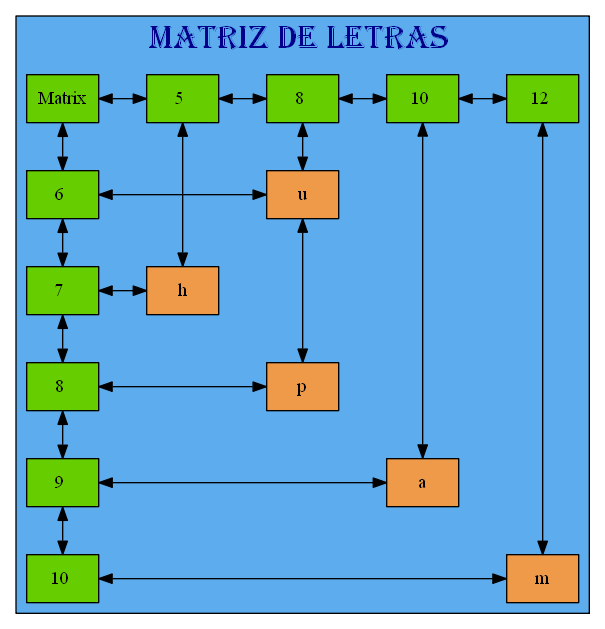
This is Graficas/Table_Juego.dot.png from mariotun/EDD_1S2020_PY1_201602942, a Graphviz export, as it was before one commit. Its source is kept beside it as Graficas/Table_Juego.dot.
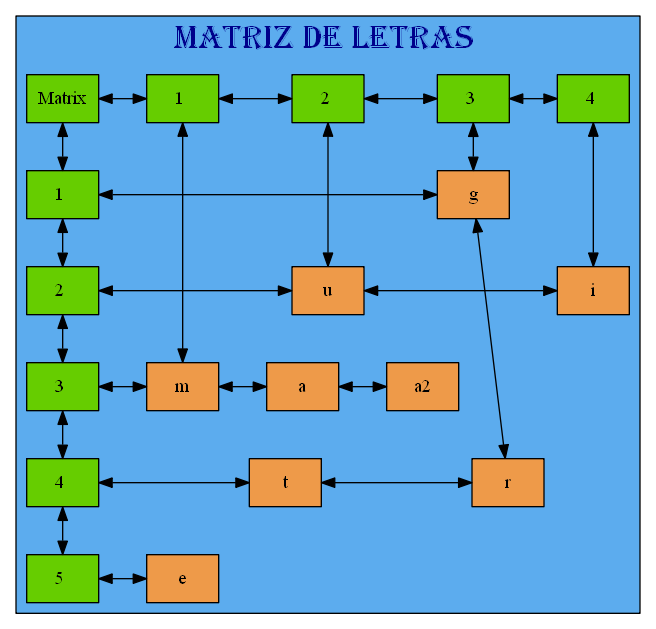
Later version of the same file.

What changed in the source:
```diff
@@ -14,48 +14,52 @@
 node [shape=box fillcolor=chartreuse3];
 mt[label= "Matrix" style=radial group=0]
 {rank=same;
-25770476496[label= "5 " style=radial,group=5]
-25770476256[label= "8 " style=radial,group=8]
-25770475952[label= "10 " style=radial,group=10]
-0[label= "12 " style=radial,group=12]
-mt->25770476496->25770476256->25770475952->0[dir=both];};
+25770344640[label= "1 " style=radial,group=1]
+25770344816[label= "2 " style=radial,group=2]
+25770345056[label= "3 " style=radial,group=3]
+0[label= "4 " style=radial,group=4]
+mt->25770344640->25770344816->25770345056->0[dir=both];};
 
-25770475832[label= "6 " style=radial,group=0]
-25770476680[label= "7 " style=radial,group=0]
-25770476376[label= "8 " style=radial,group=0]
-25770476152[label= "9 " style=radial,group=0]
-56[label= "10 " style=radial,group=0]
-mt->25770475832->25770476680->25770476376->25770476152->56[dir=both];
+25770345176[label= "1 " style=radial,group=0]
+25770344520[label= "2 " style=radial,group=0]
+25770344936[label= "3 " style=radial,group=0]
+25770346040[label= "4 " style=radial,group=0]
+56[label= "5 " style=radial,group=0]
+mt->25770345176->25770344520->25770344936->25770346040->56[dir=both];
 
 node[shape=box height=0.5 style=filled fontcolor=black fillcolor= tan2]
-25770475840[label="h" style=radial,group=5];
+25770344528[label="m" style=radial,group=1];
 node[shape=box height=0.5 style=filled fontcolor=black fillcolor= tan2]
-25770477808[label="u" style=radial,group=8];
+25770345648[label="u" style=radial,group=2];
 node[shape=box height=0.5 style=filled fontcolor=black fillcolor= tan2]
-25770476768[label="p" style=radial,group=8];
+25770345536[label="g" style=radial,group=3];
 node[shape=box height=0.5 style=filled fontcolor=black fillcolor= tan2]
-25770476384[label="a" style=radial,group=10];
+25770344944[label="r" style=radial,group=3];
 node[shape=box height=0.5 style=filled fontcolor=black fillcolor= tan2]
-25770476960[label="m" style=radial,group=12];
+25770345184[label="i" style=radial,group=4];
 
 
-25770476496->25770475840[dir=both]
-25770476256->25770477808->25770476768[dir=both]
-25770475952->25770476384[dir=both]
-0->25770476960[dir=both]
+25770344640->25770344528[dir=both]
+25770344816->25770345648[dir=both]
+25770345056->25770345536->25770344944[dir=both]
+0->25770345184[dir=both]
 
-25770477808[label="u"];
-25770475840[label="h"];
-25770476768[label="p"];
-25770476384[label="a"];
-25770476960[label="m"];
+25770345536[label="g"];
+25770345648[label="u"];
+25770345184[label="i"];
+25770344528[label="m"];
+25770344704[label="a"];
+25770345760[label="a2"];
+25770345872[label="t"];
+25770344944[label="r"];
+25770346048[label="e"];
 
 
-{rank=same;25770475832->25770477808[dir=both] }
-{rank=same;25770476680->25770475840[dir=both] }
-{rank=same;25770476376->25770476768[dir=both] }
-{rank=same;25770476152->25770476384[dir=both] }
-{rank=same;56->25770476960[dir=both] }
+{rank=same;25770345176->25770345536[dir=both] }
+{rank=same;25770344520->25770345648->25770345184[dir=both] }
+{rank=same;25770344936->25770344528->25770344704->25770345760[dir=both] }
+{rank=same;25770346040->25770345872->25770344944[dir=both] }
+{rank=same;56->25770346048[dir=both] }
  }
 
 }
```
